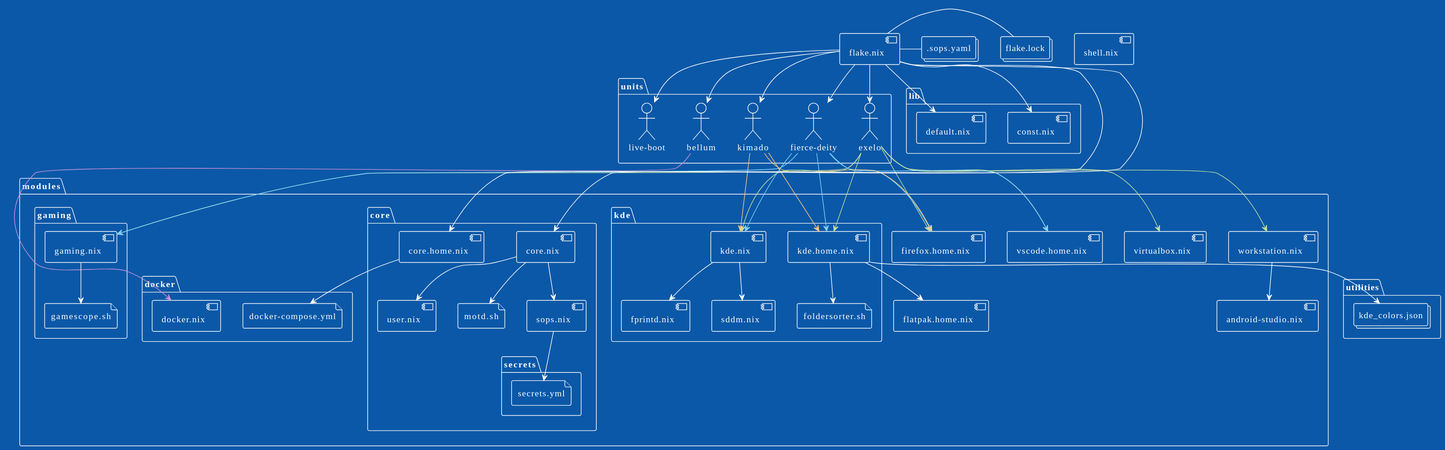
Earlier version of the PlantUML export utilities/inventory.svg (auroreLeclerc/nix-inventory).
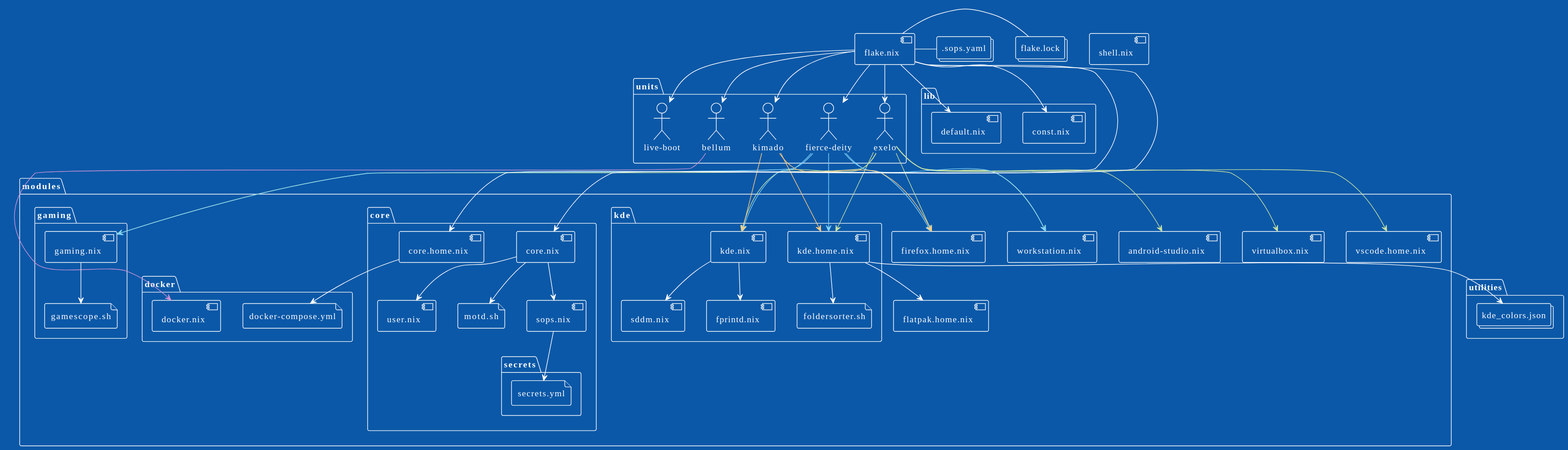
Above is the later version.

What changed in the source:
```diff
@@ -53,6 +53,7 @@
 collections "flake.lock" as acf05e6b4d5a2b6e0e87b24127cf384a
 946f41d7a0edfc2e0c01ee5a09a8c817 -[#C5E1A5]-> 33998a49668889da1de8827630f29048
 946f41d7a0edfc2e0c01ee5a09a8c817 -[#C5E1A5]-> 5a0152e173cf79e753b825a5923741a1
+946f41d7a0edfc2e0c01ee5a09a8c817 -[#C5E1A5]-> a8adb1966bc91fc715175dff4a1585e7
 946f41d7a0edfc2e0c01ee5a09a8c817 -[#C5E1A5]-> cc648f4643baab83856cbb1aee4c03ef
 946f41d7a0edfc2e0c01ee5a09a8c817 -[#C5E1A5]-> f7eeddc94c5ed65950560d6b5663fd1f
 946f41d7a0edfc2e0c01ee5a09a8c817 -[#C5E1A5]-> 34f24b42df06d195232b3481cc71827b
@@ -60,8 +61,8 @@
 946f41d7a0edfc2e0c01ee5a09a8c817 -[#C5E1A5]-> 38cffe16d01eb2da09feac707c1aaa76
 c4bab5bd2a813b4140b129fe0e3fb658 -[#81D4FA]-> 33998a49668889da1de8827630f29048
 c4bab5bd2a813b4140b129fe0e3fb658 -[#81D4FA]-> cc648f4643baab83856cbb1aee4c03ef
+c4bab5bd2a813b4140b129fe0e3fb658 -[#81D4FA]-> 5a0152e173cf79e753b825a5923741a1
 c4bab5bd2a813b4140b129fe0e3fb658 -[#81D4FA]-> 34f24b42df06d195232b3481cc71827b
-c4bab5bd2a813b4140b129fe0e3fb658 -[#81D4FA]-> 26e1d38b688c4a1832d0935e5d29e980
 c4bab5bd2a813b4140b129fe0e3fb658 -[#81D4FA]-> 38cffe16d01eb2da09feac707c1aaa76
 1396d7d4092f9152f5759496564121cd -[#FFCC80]-> 33998a49668889da1de8827630f29048
 1396d7d4092f9152f5759496564121cd -[#FFCC80]-> 34f24b42df06d195232b3481cc71827b
@@ -87,7 +88,6 @@
 34f24b42df06d195232b3481cc71827b --> 6a6caf7642ae4a75b6d8c64ecf6400b9
 34f24b42df06d195232b3481cc71827b --> 31b20c96119be911606aa1b692b28ba5
 34f24b42df06d195232b3481cc71827b --> ad183a934b3ffac1938f0162d6a8a65b
-5a0152e173cf79e753b825a5923741a1 --> a8adb1966bc91fc715175dff4a1585e7
 3cfc5eb99249add5b61f5348132a1e77 - acf05e6b4d5a2b6e0e87b24127cf384a
 3cfc5eb99249add5b61f5348132a1e77 - 91f6f5e8b87d05d919871a4550a6fc38
 @enduml
```
